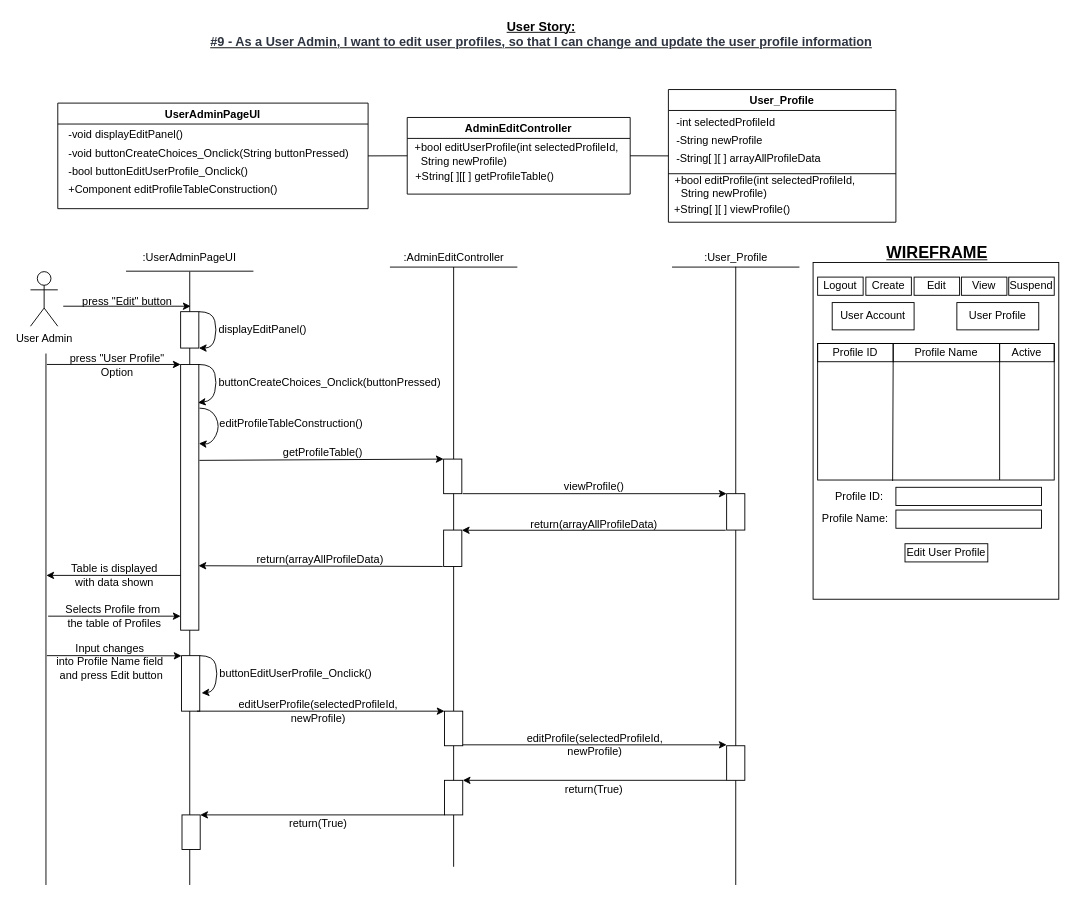
Before: BCE_UML_and_Diagrams/UserAdmin/UserAdmin_Edit(#4&9)/UserStory#9_EditUserProfile.drawio in extred5700/JAVAGUI-Restaurant-Table-Order-System, a draw.io diagram. Source tidied: cells renumbered, new cells numbered last; positions are measured from the earlier drawing's top-left corner, leaving out a move shared by most shapes. Both pictures are drawn from the tidied source at 91%, with x=0, y=0 at pixel (30, 15).
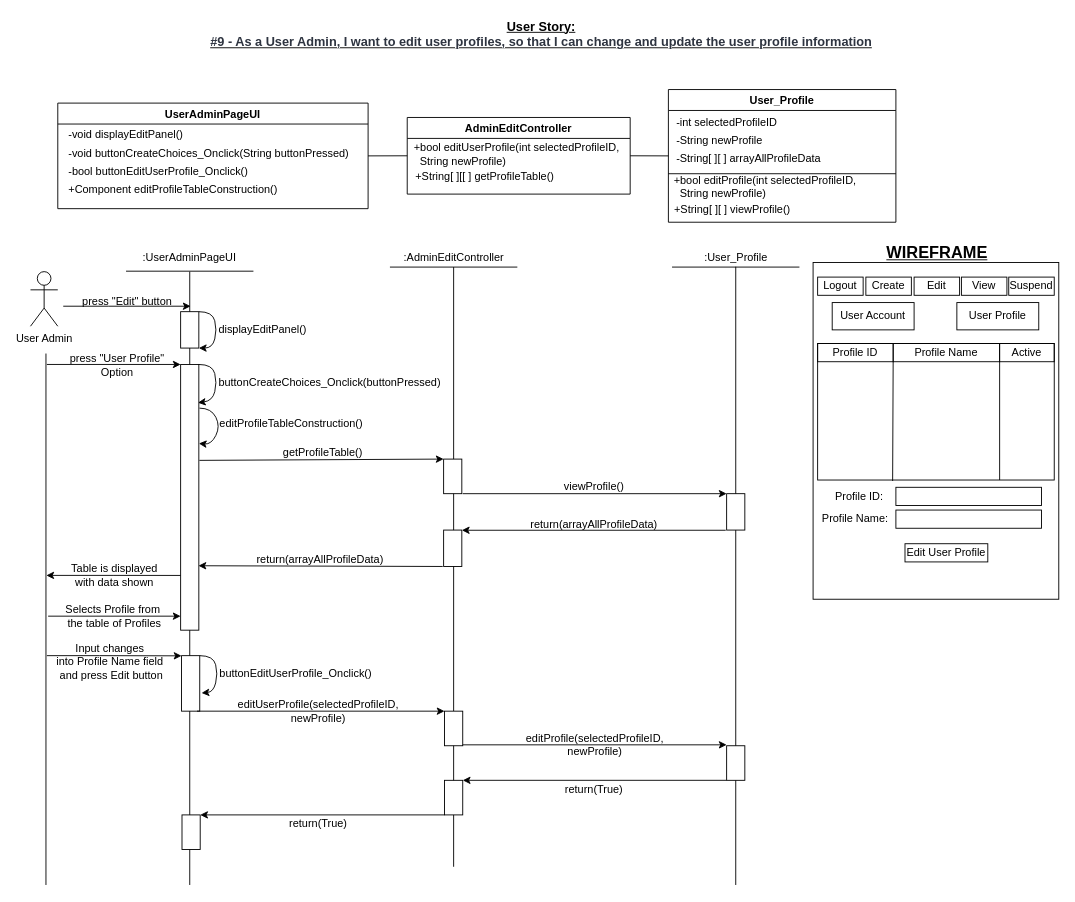
After the change.

The change refers to these unchanged cells:
```xml
<mxCell id="9" value="AdminEditController" style="swimlane;startSize=23;" parent="1" vertex="1">
  <mxGeometry x="414" y="111.6" width="245" height="84.2" as="geometry" />
</mxCell>
<mxCell id="12" value="User_Profile" style="swimlane;" parent="1" vertex="1">
  <mxGeometry x="701" y="80.9" width="250" height="145.8" as="geometry" />
</mxCell>
```

Change to the diagram source:
```diff
@@
-    <mxCell id="10" value="&lt;div style=&quot;text-align: left&quot;&gt;&lt;span&gt;+bool editUserProfile(&lt;/span&gt;&lt;span&gt;int selectedProfileId,&lt;/span&gt;&lt;/div&gt;&lt;div style=&quot;text-align: left&quot;&gt;&lt;span&gt;&amp;nbsp; String newProfile&lt;/span&gt;&lt;span&gt;)&lt;/span&gt;&lt;/div&gt;" style="text;html=1;align=center;verticalAlign=middle;strokeColor=none;fillColor=none;" parent="9" vertex="1">
+    <mxCell id="10" value="&lt;div style=&quot;text-align: left&quot;&gt;&lt;span&gt;+bool editUserProfile(&lt;/span&gt;&lt;span&gt;int selectedProfileID,&lt;/span&gt;&lt;/div&gt;&lt;div style=&quot;text-align: left&quot;&gt;&lt;span&gt;&amp;nbsp; String newProfile&lt;/span&gt;&lt;span&gt;)&lt;/span&gt;&lt;/div&gt;" style="text;html=1;align=center;verticalAlign=middle;strokeColor=none;fillColor=none;" parent="9" vertex="1">
       <mxGeometry y="25.2" width="240" height="30" as="geometry" />
     </mxCell>
@@
-    <mxCell id="15" value="&lt;div style=&quot;text-align: left&quot;&gt;&lt;span&gt;+bool editProfile(int selectedProfileId,&lt;/span&gt;&lt;/div&gt;&lt;div style=&quot;text-align: left&quot;&gt;&lt;span&gt;&amp;nbsp; String newProfile&lt;/span&gt;&lt;span&gt;)&lt;/span&gt;&lt;/div&gt;" style="text;html=1;align=center;verticalAlign=middle;strokeColor=none;fillColor=none;" parent="12" vertex="1">
-      <mxGeometry x="1" y="92.5" width="210" height="30" as="geometry" />
+    <mxCell id="15" value="&lt;div style=&quot;text-align: left&quot;&gt;&lt;span&gt;+bool editProfile(int selectedProfileID,&lt;/span&gt;&lt;/div&gt;&lt;div style=&quot;text-align: left&quot;&gt;&lt;span&gt;&amp;nbsp; String newProfile&lt;/span&gt;&lt;span&gt;)&lt;/span&gt;&lt;/div&gt;" style="text;html=1;align=center;verticalAlign=middle;strokeColor=none;fillColor=none;" parent="12" vertex="1">
+      <mxGeometry x="-4" y="92.5" width="220" height="30" as="geometry" />
     </mxCell>
-    <mxCell id="16" value="-int selectedProfileId" style="text;html=1;align=left;verticalAlign=middle;strokeColor=none;fillColor=none;" parent="12" vertex="1">
-      <mxGeometry x="7" y="26" width="120" height="20" as="geometry" />
+    <mxCell id="16" value="-int selectedProfileID" style="text;html=1;align=left;verticalAlign=middle;strokeColor=none;fillColor=none;" parent="12" vertex="1">
+      <mxGeometry x="7" y="26" width="130" height="20" as="geometry" />
     </mxCell>
@@
-    <mxCell id="57" value="editUserProfile(selectedProfileId,&lt;br&gt;newProfile)" style="text;html=1;align=center;verticalAlign=middle;strokeColor=none;fillColor=none;" parent="1" vertex="1">
+    <mxCell id="57" value="editUserProfile(selectedProfileID,&lt;br&gt;newProfile)" style="text;html=1;align=center;verticalAlign=middle;strokeColor=none;fillColor=none;" parent="1" vertex="1">
       <mxGeometry x="221" y="749" width="190" height="30" as="geometry" />
     </mxCell>
@@
-    <mxCell id="61" value="editProfile(selectedProfileId,&lt;br&gt;newProfile)" style="text;html=1;align=center;verticalAlign=middle;strokeColor=none;fillColor=none;" parent="1" vertex="1">
-      <mxGeometry x="540" y="786" width="160" height="30" as="geometry" />
+    <mxCell id="61" value="editProfile(selectedProfileID,&lt;br&gt;newProfile)" style="text;html=1;align=center;verticalAlign=middle;strokeColor=none;fillColor=none;" parent="1" vertex="1">
+      <mxGeometry x="535" y="786" width="170" height="30" as="geometry" />
     </mxCell>
```
